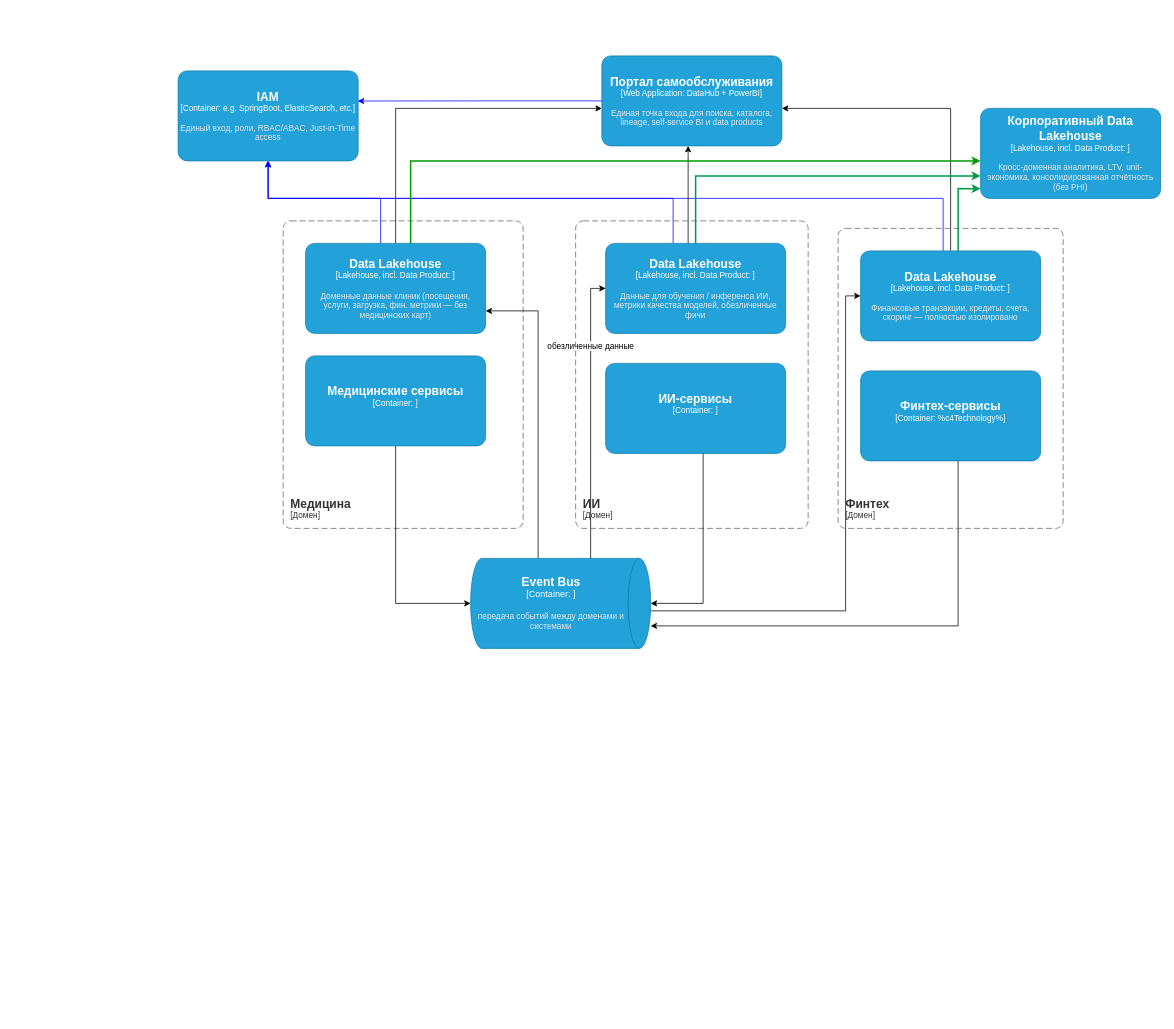
The draw.io diagram Task 1/diagrams/future_2.0_containers.drawio in a-zvada/architecture-future_2_0, before the edit. Source tidied: cells renumbered, new cells numbered last; positions are measured from the earlier drawing's top-left corner, leaving out a move shared by most shapes. Both pictures are drawn from the tidied source at 75%, with x=0, y=0 at pixel (178, 56).
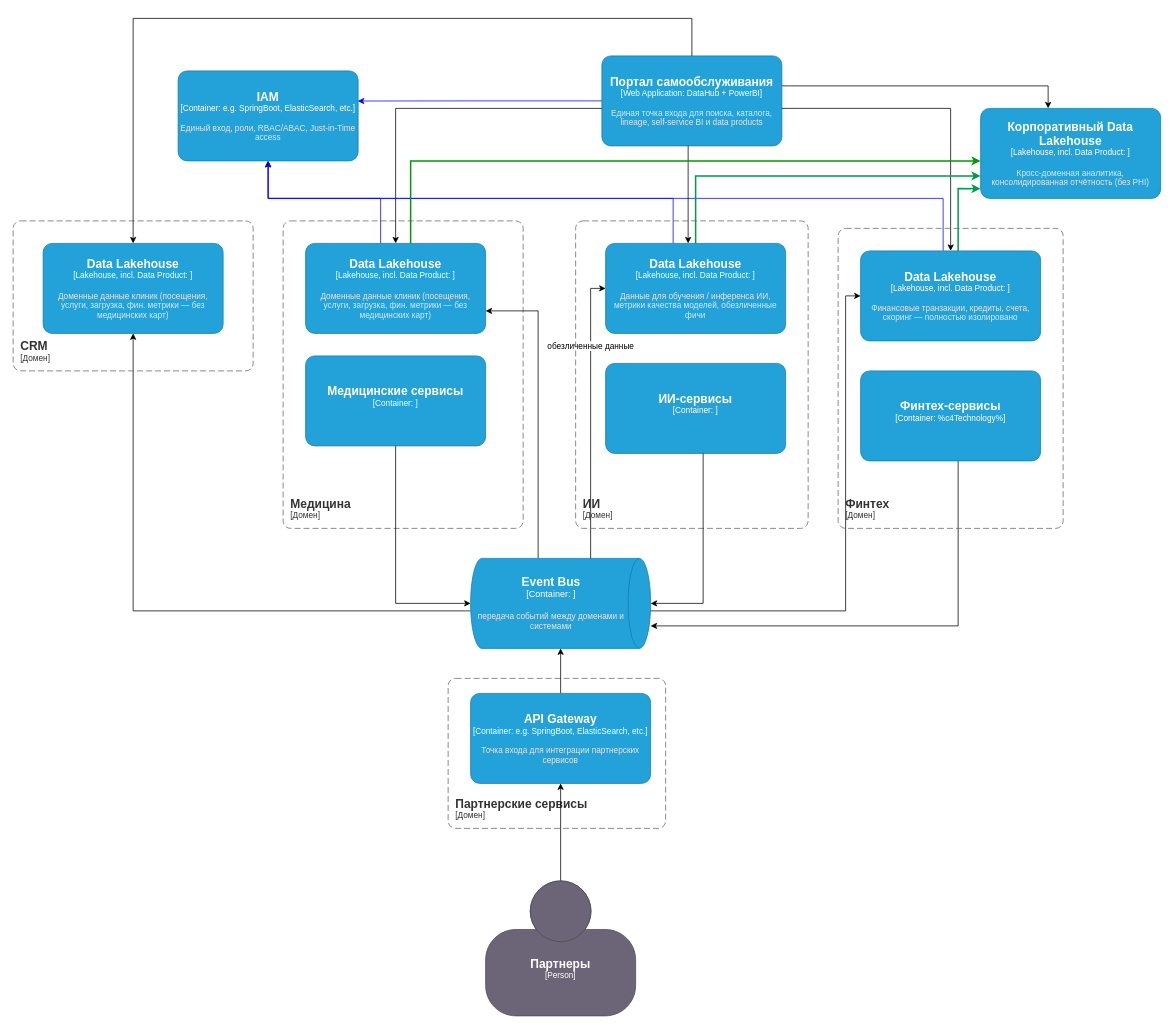
The same diagram, later.

The change refers to these unchanged cells:
```xml
<object id="3" label="&lt;font style=&quot;font-size: 16px&quot;&gt;&lt;b&gt;%c4Name%&lt;/b&gt;&lt;/font&gt;&lt;div&gt;[%c4Type%: %c4Technology%]&lt;/div&gt;&lt;br&gt;&lt;div&gt;&lt;font style=&quot;font-size: 11px&quot;&gt;&lt;font color=&quot;#E6E6E6&quot;&gt;%c4Description%&lt;/font&gt;&lt;/div&gt;" c4Description="Единая точка входа для поиска, каталога, lineage, self-service BI и data products" c4Name="Портал самообслуживания" c4Technology="DataHub + PowerBI" c4Type="Web Application" placeholders="1">
  <mxCell style="rounded=1;whiteSpace=wrap;html=1;fontSize=11;labelBackgroundColor=none;fillColor=#23A2D9;fontColor=#ffffff;align=center;arcSize=10;strokeColor=#0E7DAD;points=[[0.25,0,0],[0.5,0,0],[0.75,0,0],[1,0.25,0],[1,0.5,0],[1,0.75,0],[0.75,1,0],[0.5,1,0],[0.25,1,0],[0,0.75,0],[0,0.5,0],[0,0.25,0]];" parent="1" vertex="1">
    <mxGeometry x="565" width="240" height="120" as="geometry" />
  </mxCell>
</object>
<object id="6" label="&lt;font style=&quot;font-size: 16px&quot;&gt;&lt;b&gt;%c4Name%&lt;/b&gt;&lt;/font&gt;&lt;div&gt;[%c4Type%: %c4Technology%]&lt;/div&gt;&lt;br&gt;&lt;div&gt;&lt;font style=&quot;font-size: 11px&quot;&gt;&lt;font color=&quot;#E6E6E6&quot;&gt;%c4Description%&lt;/font&gt;&lt;/div&gt;" c4Description="Доменные данные клиник (посещения, услуги, загрузка, фин. метрики — без медицинских карт)" c4Name="Data Lakehouse" c4Technology="" c4Type="Lakehouse, incl. Data Product" placeholders="1">
  <mxCell style="rounded=1;whiteSpace=wrap;html=1;fontSize=11;labelBackgroundColor=none;fillColor=#23A2D9;fontColor=#ffffff;align=center;arcSize=10;strokeColor=#0E7DAD;points=[[0.25,0,0],[0.5,0,0],[0.75,0,0],[1,0.25,0],[1,0.5,0],[1,0.75,0],[0.75,1,0],[0.5,1,0],[0.25,1,0],[0,0.75,0],[0,0.5,0],[0,0.25,0]];" parent="1" vertex="1">
    <mxGeometry x="170" y="250" width="240" height="120" as="geometry" />
  </mxCell>
</object>
<object id="10" label="&lt;font style=&quot;font-size: 16px&quot;&gt;&lt;b&gt;%c4Name%&lt;/b&gt;&lt;/font&gt;&lt;div&gt;[%c4Type%: %c4Technology%]&lt;/div&gt;&lt;br&gt;&lt;div&gt;&lt;font style=&quot;font-size: 11px&quot;&gt;&lt;font color=&quot;#E6E6E6&quot;&gt;%c4Description%&lt;/font&gt;&lt;/div&gt;" c4Description="Данные для обучения / инференса ИИ, метрики качества моделей, обезличенные фичи" c4Name="Data Lakehouse" c4Technology="" c4Type="Lakehouse, incl. Data Product" placeholders="1">
  <mxCell style="rounded=1;whiteSpace=wrap;html=1;fontSize=11;labelBackgroundColor=none;fillColor=#23A2D9;fontColor=#ffffff;align=center;arcSize=10;strokeColor=#0E7DAD;points=[[0.25,0,0],[0.5,0,0],[0.75,0,0],[1,0.25,0],[1,0.5,0],[1,0.75,0],[0.75,1,0],[0.5,1,0],[0.25,1,0],[0,0.75,0],[0,0.5,0],[0,0.25,0]];" parent="1" vertex="1">
    <mxGeometry x="570" y="250" width="240" height="120" as="geometry" />
  </mxCell>
</object>
<object id="13" label="&lt;font style=&quot;font-size: 16px&quot;&gt;&lt;b&gt;%c4Name%&lt;/b&gt;&lt;/font&gt;&lt;div&gt;[%c4Type%: %c4Technology%]&lt;/div&gt;&lt;br&gt;&lt;div&gt;&lt;font style=&quot;font-size: 11px&quot;&gt;&lt;font color=&quot;#E6E6E6&quot;&gt;%c4Description%&lt;/font&gt;&lt;/div&gt;" c4Description="Финансовые транзакции, кредиты, счета, скоринг — полностью изолировано" c4Name="Data Lakehouse" c4Technology="" c4Type="Lakehouse, incl. Data Product" placeholders="1">
  <mxCell style="rounded=1;whiteSpace=wrap;html=1;fontSize=11;labelBackgroundColor=none;fillColor=#23A2D9;fontColor=#ffffff;align=center;arcSize=10;strokeColor=#0E7DAD;points=[[0.25,0,0],[0.5,0,0],[0.75,0,0],[1,0.25,0],[1,0.5,0],[1,0.75,0],[0.75,1,0],[0.5,1,0],[0.25,1,0],[0,0.75,0],[0,0.5,0],[0,0.25,0]];" parent="1" vertex="1">
    <mxGeometry x="910" y="260" width="240" height="120" as="geometry" />
  </mxCell>
</object>
<object id="19" label="&lt;font style=&quot;font-size: 16px&quot;&gt;&lt;b&gt;%c4Name%&lt;/b&gt;&lt;/font&gt;&lt;div&gt;[%c4Type%:&amp;nbsp;%c4Technology%]&lt;/div&gt;&lt;br&gt;&lt;div&gt;&lt;font style=&quot;font-size: 11px&quot;&gt;&lt;font color=&quot;#E6E6E6&quot;&gt;%c4Description%&lt;/font&gt;&lt;/div&gt;" c4Description="передача событий между доменами и системами" c4Name="Event Bus" c4Technology="" c4Type="Container" placeholders="1">
  <mxCell style="shape=cylinder3;size=15;direction=south;whiteSpace=wrap;html=1;boundedLbl=1;rounded=0;labelBackgroundColor=none;fillColor=#23A2D9;fontSize=12;fontColor=#ffffff;align=center;strokeColor=#0E7DAD;points=[[0.5,0,0],[1,0.25,0],[1,0.5,0],[1,0.75,0],[0.5,1,0],[0,0.75,0],[0,0.5,0],[0,0.25,0]];" parent="1" vertex="1">
    <mxGeometry x="390" y="670" width="240" height="120" as="geometry" />
  </mxCell>
</object>
```

Change to the diagram source:
```diff
@@
+    <mxCell id="31" style="edgeStyle=orthogonalEdgeStyle;rounded=0;jettySize=auto;html=1;" parent="1" edge="1" source="3" target="27">
+      <mxGeometry relative="1" as="geometry">
+        <Array as="points">
+          <mxPoint x="1160" y="40" />
+        </Array>
+      </mxGeometry>
+    </mxCell>
@@
-    <mxCell id="4" style="edgeStyle=orthogonalEdgeStyle;rounded=0;jettySize=auto;html=1;" parent="1" edge="1" source="6" target="3">
+    <mxCell id="4" style="edgeStyle=orthogonalEdgeStyle;rounded=0;jettySize=auto;html=1;startArrow=classic;startFill=1;endArrow=none;endFill=0;" parent="1" edge="1" source="6" target="3">
       <mxGeometry relative="1" as="geometry">
         <Array as="points">
           <mxPoint x="290" y="70" />
         </Array>
       </mxGeometry>
     </mxCell>
@@
-    <mxCell id="11" style="edgeStyle=orthogonalEdgeStyle;rounded=0;jettySize=auto;html=1;" parent="1" edge="1" source="13" target="3">
+    <mxCell id="11" style="edgeStyle=orthogonalEdgeStyle;rounded=0;jettySize=auto;html=1;startArrow=classic;startFill=1;endArrow=none;endFill=0;" parent="1" edge="1" source="13" target="3">
       <mxGeometry relative="1" as="geometry">
         <Array as="points">
           <mxPoint x="1030" y="70" />
         </Array>
       </mxGeometry>
     </mxCell>
@@
-    <mxCell id="14" style="edgeStyle=orthogonalEdgeStyle;rounded=0;jettySize=auto;html=1;" parent="1" edge="1" source="10" target="3">
+    <mxCell id="14" style="edgeStyle=orthogonalEdgeStyle;rounded=0;jettySize=auto;html=1;startArrow=classic;startFill=1;endArrow=none;endFill=0;" parent="1" edge="1" source="10" target="3">
       <mxGeometry relative="1" as="geometry">
         <Array as="points">
           <mxPoint x="680" y="160" />
           <mxPoint x="680" y="160" />
         </Array>
       </mxGeometry>
     </mxCell>
@@
+    <mxCell id="32" style="edgeStyle=orthogonalEdgeStyle;rounded=0;jettySize=auto;html=1;" parent="1" edge="1" source="19" target="38">
+      <mxGeometry relative="1" as="geometry">
+        <Array as="points">
+          <mxPoint x="-60" y="740" />
+        </Array>
+      </mxGeometry>
+    </mxCell>
@@
-    <object id="27" label="&lt;font style=&quot;font-size: 16px&quot;&gt;&lt;b&gt;%c4Name%&lt;/b&gt;&lt;/font&gt;&lt;div&gt;[%c4Type%: %c4Technology%]&lt;/div&gt;&lt;br&gt;&lt;div&gt;&lt;font style=&quot;font-size: 11px&quot;&gt;&lt;font color=&quot;#E6E6E6&quot;&gt;%c4Description%&lt;/font&gt;&lt;/div&gt;" c4Description="Кросс-доменная аналитика, LTV, unit-экономика, консолидированная отчётность (без PHI)" c4Name="Корпоративный Data Lakehouse" c4Technology="" c4Type="Lakehouse, incl. Data Product" placeholders="1">
+    <object id="27" label="&lt;font style=&quot;font-size: 16px&quot;&gt;&lt;b&gt;%c4Name%&lt;/b&gt;&lt;/font&gt;&lt;div&gt;[%c4Type%: %c4Technology%]&lt;/div&gt;&lt;br&gt;&lt;div&gt;&lt;font style=&quot;font-size: 11px&quot;&gt;&lt;font color=&quot;#E6E6E6&quot;&gt;%c4Description%&lt;/font&gt;&lt;/div&gt;" c4Description="Кросс-доменная аналитика, консолидированная отчётность (без PHI)" c4Name="Корпоративный Data Lakehouse" c4Technology="" c4Type="Lakehouse, incl. Data Product" placeholders="1">
       <mxCell style="rounded=1;whiteSpace=wrap;html=1;fontSize=11;labelBackgroundColor=none;fillColor=#23A2D9;fontColor=#ffffff;align=center;arcSize=10;strokeColor=#0E7DAD;points=[[0.25,0,0],[0.5,0,0],[0.75,0,0],[1,0.25,0],[1,0.5,0],[1,0.75,0],[0.75,1,0],[0.5,1,0],[0.25,1,0],[0,0.75,0],[0,0.5,0],[0,0.25,0]];" parent="1" vertex="1">
         <mxGeometry x="1070" y="70" width="240" height="120" as="geometry" />
       </mxCell>
     </object>
@@
+    <object id="33" label="&lt;font style=&quot;font-size: 16px&quot;&gt;&lt;b&gt;&lt;div style=&quot;text-align: left&quot;&gt;%c4Name%&lt;/div&gt;&lt;/b&gt;&lt;/font&gt;&lt;div style=&quot;text-align: left&quot;&gt;[%c4Application%]&lt;/div&gt;" c4Application="Домен" c4Name="Партнерские сервисы" placeholders="1">
+      <mxCell style="rounded=1;fontSize=11;whiteSpace=wrap;html=1;dashed=1;arcSize=20;fillColor=none;strokeColor=#666666;fontColor=#333333;labelBackgroundColor=none;align=left;verticalAlign=bottom;labelBorderColor=none;spacingTop=0;spacing=10;dashPattern=8 4;perimeter=rectanglePerimeter;noLabel=0;labelPadding=0;absoluteArcSize=1;" parent="1" vertex="1">
+        <mxGeometry x="360" y="830" width="290" height="200" as="geometry" />
+      </mxCell>
+    </object>
+    <mxCell id="34" style="edgeStyle=orthogonalEdgeStyle;rounded=0;jettySize=auto;html=1;" parent="1" edge="1" source="35" target="19">
+      <mxGeometry relative="1" as="geometry" />
+    </mxCell>
+    <object id="35" label="&lt;font style=&quot;font-size: 16px&quot;&gt;&lt;b&gt;%c4Name%&lt;/b&gt;&lt;/font&gt;&lt;div&gt;[%c4Type%: %c4Technology%]&lt;/div&gt;&lt;br&gt;&lt;div&gt;&lt;font style=&quot;font-size: 11px&quot;&gt;&lt;font color=&quot;#E6E6E6&quot;&gt;%c4Description%&lt;/font&gt;&lt;/div&gt;" c4Description="Точка входа для интеграции партнерских сервисов" c4Name="API Gateway" c4Technology="e.g. SpringBoot, ElasticSearch, etc." c4Type="Container" placeholders="1">
+      <mxCell style="rounded=1;whiteSpace=wrap;html=1;fontSize=11;labelBackgroundColor=none;fillColor=#23A2D9;fontColor=#ffffff;align=center;arcSize=10;strokeColor=#0E7DAD;points=[[0.25,0,0],[0.5,0,0],[0.75,0,0],[1,0.25,0],[1,0.5,0],[1,0.75,0],[0.75,1,0],[0.5,1,0],[0.25,1,0],[0,0.75,0],[0,0.5,0],[0,0.25,0]];" parent="1" vertex="1">
+        <mxGeometry x="390" y="850" width="240" height="120" as="geometry" />
+      </mxCell>
+    </object>
+    <object id="36" label="&lt;font style=&quot;font-size: 16px&quot;&gt;&lt;b&gt;&lt;div style=&quot;text-align: left&quot;&gt;%c4Name%&lt;/div&gt;&lt;/b&gt;&lt;/font&gt;&lt;div style=&quot;text-align: left&quot;&gt;[%c4Application%]&lt;/div&gt;" c4Application="Домен" c4Name="CRM" placeholders="1">
+      <mxCell style="rounded=1;fontSize=11;whiteSpace=wrap;html=1;dashed=1;arcSize=20;fillColor=none;strokeColor=#666666;fontColor=#333333;labelBackgroundColor=none;align=left;verticalAlign=bottom;labelBorderColor=none;spacingTop=0;spacing=10;dashPattern=8 4;perimeter=rectanglePerimeter;noLabel=0;labelPadding=0;absoluteArcSize=1;" parent="1" vertex="1">
+        <mxGeometry x="-220" y="220" width="320" height="200" as="geometry" />
+      </mxCell>
+    </object>
+    <mxCell id="37" style="edgeStyle=orthogonalEdgeStyle;rounded=0;jettySize=auto;html=1;startArrow=classic;startFill=1;endArrow=none;endFill=0;" parent="1" edge="1" source="38" target="3">
+      <mxGeometry relative="1" as="geometry">
+        <Array as="points">
+          <mxPoint x="-60" y="-50" />
+          <mxPoint x="685" y="-50" />
+        </Array>
+      </mxGeometry>
+    </mxCell>
+    <object id="38" label="&lt;font style=&quot;font-size: 16px&quot;&gt;&lt;b&gt;%c4Name%&lt;/b&gt;&lt;/font&gt;&lt;div&gt;[%c4Type%: %c4Technology%]&lt;/div&gt;&lt;br&gt;&lt;div&gt;&lt;font style=&quot;font-size: 11px&quot;&gt;&lt;font color=&quot;#E6E6E6&quot;&gt;%c4Description%&lt;/font&gt;&lt;/div&gt;" c4Description="Доменные данные клиник (посещения, услуги, загрузка, фин. метрики — без медицинских карт)" c4Name="Data Lakehouse" c4Technology="" c4Type="Lakehouse, incl. Data Product" placeholders="1">
+      <mxCell style="rounded=1;whiteSpace=wrap;html=1;fontSize=11;labelBackgroundColor=none;fillColor=#23A2D9;fontColor=#ffffff;align=center;arcSize=10;strokeColor=#0E7DAD;points=[[0.25,0,0],[0.5,0,0],[0.75,0,0],[1,0.25,0],[1,0.5,0],[1,0.75,0],[0.75,1,0],[0.5,1,0],[0.25,1,0],[0,0.75,0],[0,0.5,0],[0,0.25,0]];" parent="1" vertex="1">
+        <mxGeometry x="-180" y="250" width="240" height="120" as="geometry" />
+      </mxCell>
+    </object>
+    <mxCell id="39" style="edgeStyle=orthogonalEdgeStyle;rounded=0;jettySize=auto;html=1;" parent="1" edge="1" source="40" target="35">
+      <mxGeometry relative="1" as="geometry" />
+    </mxCell>
+    <object id="40" label="&lt;font style=&quot;font-size: 16px&quot;&gt;&lt;b&gt;%c4Name%&lt;/b&gt;&lt;/font&gt;&lt;div&gt;[%c4Type%]&lt;/div&gt;&lt;br&gt;&lt;div&gt;&lt;font style=&quot;font-size: 11px&quot;&gt;&lt;font color=&quot;#cccccc&quot;&gt;%c4Description%&lt;/font&gt;&lt;/div&gt;" c4Description="" c4Name="Партнеры" c4Type="Person" placeholders="1">
+      <mxCell style="html=1;fontSize=11;dashed=0;whiteSpace=wrap;fillColor=#6C6477;strokeColor=#4D4D4D;fontColor=#ffffff;shape=mxgraph.c4.person2;align=center;points=[[0.5,0,0],[1,0.5,0],[1,0.75,0],[0.75,1,0],[0.5,1,0],[0.25,1,0],[0,0.75,0],[0,0.5,0]];" parent="1" vertex="1">
+        <mxGeometry x="410" y="1100" width="200" height="180" as="geometry" />
+      </mxCell>
+    </object>
```
